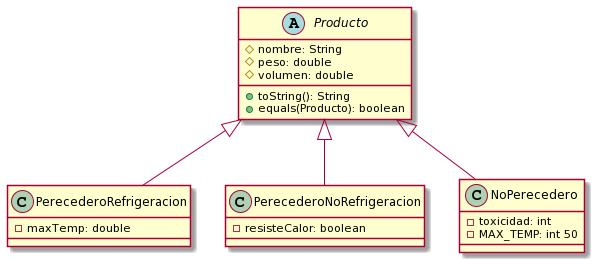
Above: Taller2_Contenedores/docs/class_diagrams/producto.png in zejiran/object-oriented-design-and-programming (PlantUML), before the change.
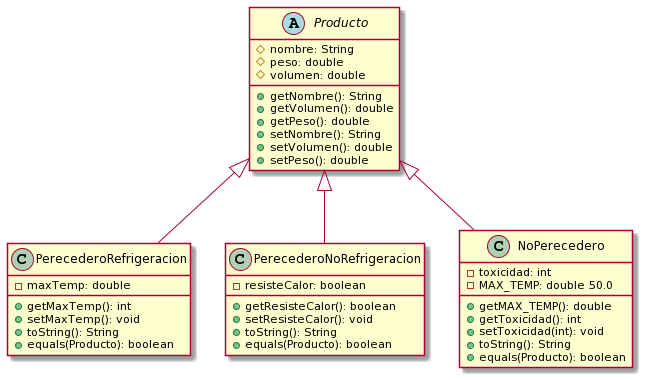
The same diagram one commit later.

The edit, as a diff of the source:
```diff
@@ -3,21 +3,38 @@
  # nombre: String
  # peso: double
  # volumen: double
- +toString(): String
- +equals(Producto): boolean
+ + getNombre(): String
+ + getVolumen(): double
+ + getPeso(): double
+ + setNombre(): String
+ + setVolumen(): double
+ + setPeso(): double
 }
 
 class PerecederoRefrigeracion {
- -maxTemp: double
+ - maxTemp: double
+ + getMaxTemp(): int
+ + setMaxTemp(): void
+ + toString(): String
+ + equals(Producto): boolean
 }
 
 class PerecederoNoRefrigeracion {
  - resisteCalor: boolean
+ + getResisteCalor(): boolean
+ + setResisteCalor(): void
+ + toString(): String
+ + equals(Producto): boolean
 }
 
 class NoPerecedero {
  - toxicidad: int
- - MAX_TEMP: int 50
+ - MAX_TEMP: double 50.0
+ + getMAX_TEMP(): double
+ + getToxicidad(): int
+ + setToxicidad(int): void
+ + toString(): String
+ + equals(Producto): boolean
 }
 
 Producto <|-- PerecederoRefrigeracion
```
